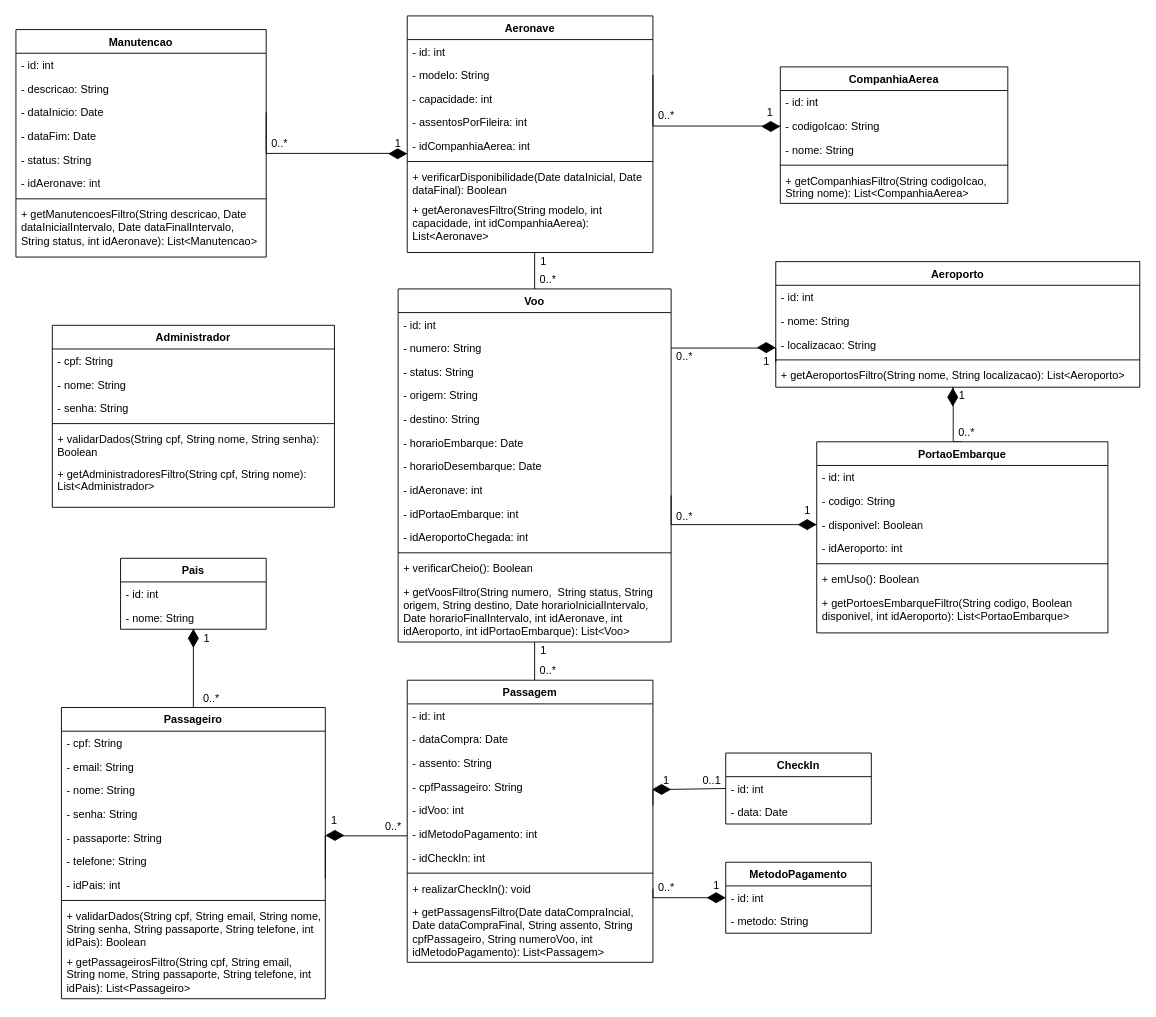
This is Diagramas/Eng_de_Software/Modelos/Classes.drawio from GabrielGMori/trabalho-conclus-o-ano, a draw.io file, before an edit. Source tidied: cells renumbered, new cells numbered last; positions are measured from the earlier drawing's top-left corner, leaving out a move shared by most shapes. Both pictures are drawn from the tidied source at 91%, with x=0, y=0 at pixel (15, 15).
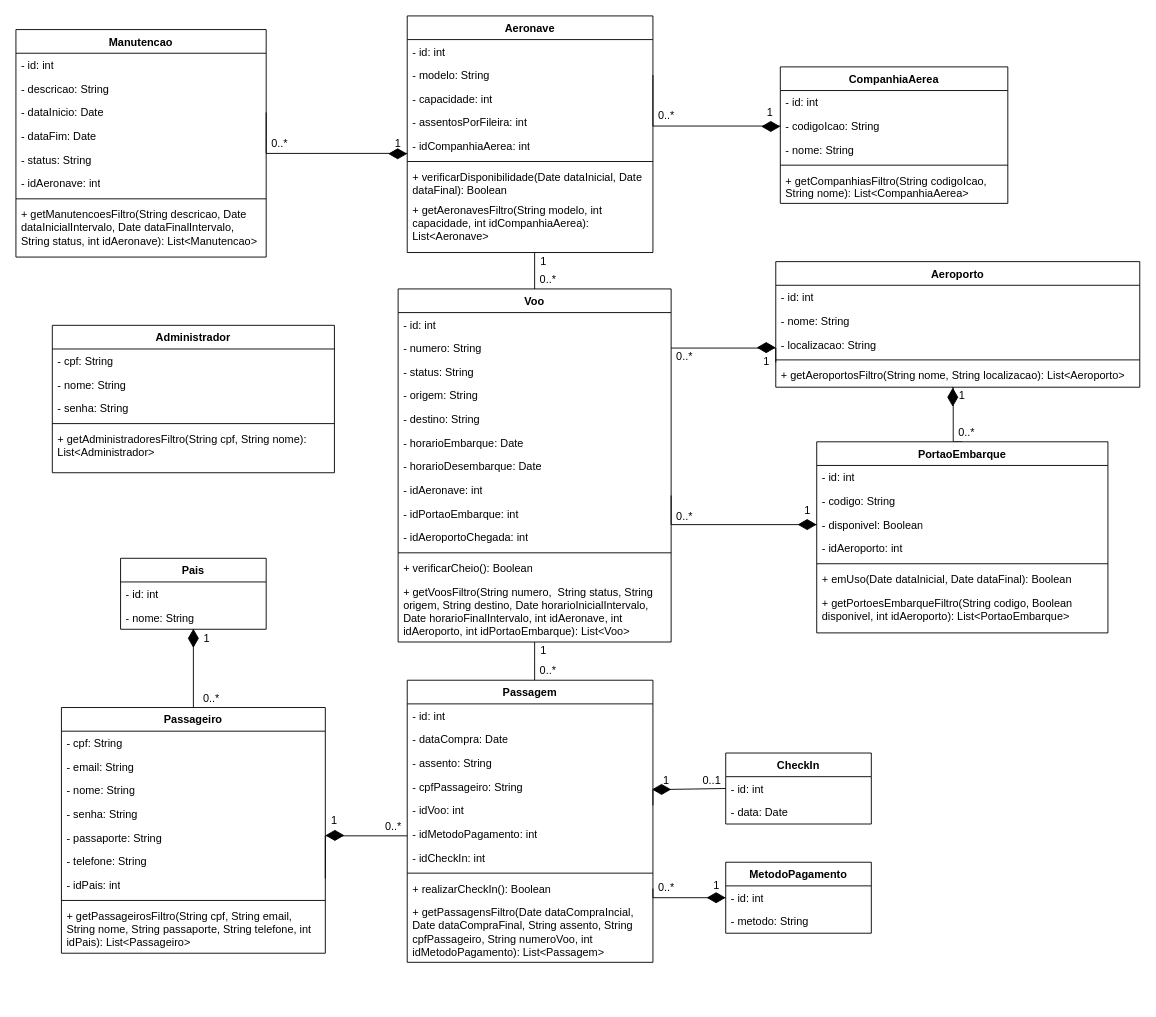
After the change.

The change refers to these unchanged cells:
```xml
<mxCell id="44" value="PortaoEmbarque" style="swimlane;fontStyle=1;align=center;verticalAlign=top;horizontal=1;startSize=26;whiteSpace=wrap;html=1;" parent="1" vertex="1">
  <mxGeometry x="880" y="468" width="320" height="210" as="geometry" />
</mxCell>
<mxCell id="59" value="Passagem" style="swimlane;fontStyle=1;align=center;verticalAlign=top;horizontal=1;startSize=26;whiteSpace=wrap;html=1;" parent="1" vertex="1">
  <mxGeometry x="430" y="730" width="270" height="310" as="geometry" />
</mxCell>
```

Change to the diagram source:
```diff
@@
-    <mxCell id="50" value="&lt;div&gt;+ emUso(): Boolean&lt;/div&gt;" style="text;strokeColor=none;fillColor=none;align=left;verticalAlign=top;spacingLeft=4;spacingRight=4;overflow=hidden;whiteSpace=wrap;html=1;" parent="44" vertex="1">
+    <mxCell id="50" value="&lt;div&gt;+ emUso(Date dataInicial, Date dataFinal): Boolean&lt;/div&gt;" style="text;strokeColor=none;fillColor=none;align=left;verticalAlign=top;spacingLeft=4;spacingRight=4;overflow=hidden;whiteSpace=wrap;html=1;" parent="44" vertex="1">
       <mxGeometry y="138" width="320" height="26" as="geometry" />
     </mxCell>
@@
-    <mxCell id="68" value="+ realizarCheckIn(): void" style="text;strokeColor=none;fillColor=none;align=left;verticalAlign=top;spacingLeft=4;spacingRight=4;overflow=hidden;whiteSpace=wrap;html=1;" parent="59" vertex="1">
+    <mxCell id="68" value="+ realizarCheckIn(): Boolean" style="text;strokeColor=none;fillColor=none;align=left;verticalAlign=top;spacingLeft=4;spacingRight=4;overflow=hidden;whiteSpace=wrap;html=1;" parent="59" vertex="1">
       <mxGeometry y="216" width="270" height="26" as="geometry" />
     </mxCell>
@@
     <mxCell id="76" value="Administrador" style="swimlane;fontStyle=1;align=center;verticalAlign=top;horizontal=1;startSize=26;whiteSpace=wrap;html=1;" parent="1" vertex="1">
-      <mxGeometry x="40" y="340" width="310" height="200" as="geometry" />
+      <mxGeometry x="40" y="340" width="310" height="162" as="geometry" />
     </mxCell>
@@
-    <mxCell id="81" value="+ validarDados(String cpf, String nome, String senha): Boolean" style="text;strokeColor=none;fillColor=none;align=left;verticalAlign=top;spacingLeft=4;spacingRight=4;overflow=hidden;whiteSpace=wrap;html=1;" parent="76" vertex="1">
-      <mxGeometry y="112" width="310" height="38" as="geometry" />
-    </mxCell>
     <mxCell id="82" value="+ getAdministradoresFiltro(String cpf, String nome): List&amp;lt;Administrador&amp;gt;" style="text;strokeColor=none;fillColor=none;align=left;verticalAlign=top;spacingLeft=4;spacingRight=4;overflow=hidden;whiteSpace=wrap;html=1;" parent="76" vertex="1">
-      <mxGeometry y="150" width="310" height="50" as="geometry" />
+      <mxGeometry y="112" width="310" height="50" as="geometry" />
     </mxCell>
     <mxCell id="83" value="Passageiro" style="swimlane;fontStyle=1;align=center;verticalAlign=top;horizontal=1;startSize=26;whiteSpace=wrap;html=1;" parent="1" vertex="1">
-      <mxGeometry x="50" y="760" width="290" height="320" as="geometry" />
+      <mxGeometry x="50" y="760" width="290" height="270" as="geometry" />
     </mxCell>
@@
-    <mxCell id="92" value="+ validarDados(String cpf, String email, String nome, String senha, String passaporte, String telefone, int idPais): Boolean" style="text;strokeColor=none;fillColor=none;align=left;verticalAlign=top;spacingLeft=4;spacingRight=4;overflow=hidden;whiteSpace=wrap;html=1;" parent="83" vertex="1">
-      <mxGeometry y="216" width="290" height="50" as="geometry" />
-    </mxCell>
     <mxCell id="93" value="+ getPassageirosFiltro(String cpf, String email, String nome, String passaporte, String telefone, int idPais): List&amp;lt;Passageiro&amp;gt;" style="text;strokeColor=none;fillColor=none;align=left;verticalAlign=top;spacingLeft=4;spacingRight=4;overflow=hidden;whiteSpace=wrap;html=1;" parent="83" vertex="1">
-      <mxGeometry y="266" width="290" height="54" as="geometry" />
+      <mxGeometry y="216" width="290" height="54" as="geometry" />
     </mxCell>
```
